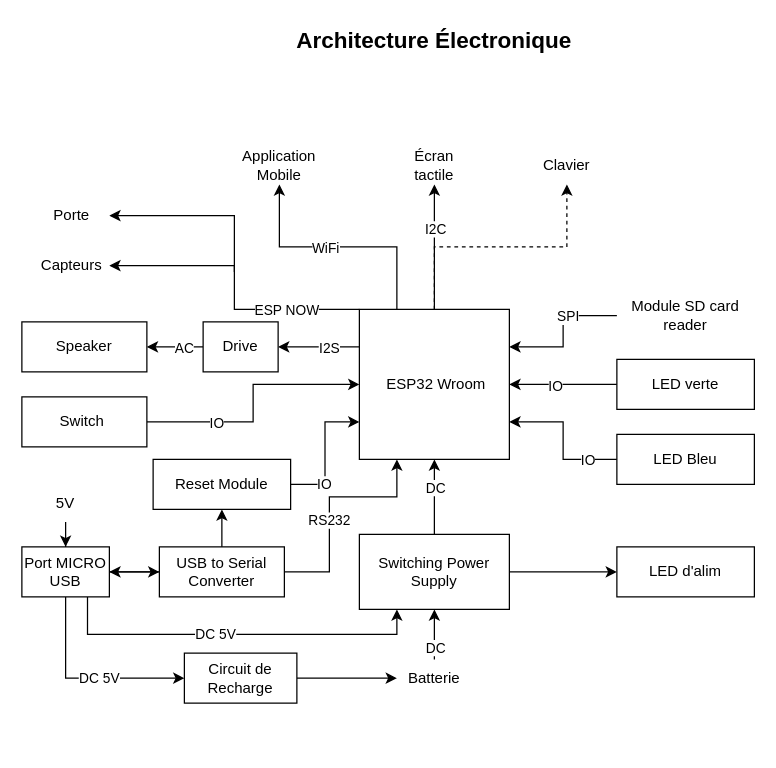
CamFo/SecurityDoor keeps this draw.io diagram as Panneau/Architecture/ArchitectureÉlectroniquePanneau.drawio. Above is the earlier version. Source tidied: cells renumbered, new cells numbered last; positions are measured from the earlier drawing's top-left corner, leaving out a move shared by most shapes. Both pictures are drawn from the tidied source at 125%, with x=0, y=0 at pixel (21, 21).
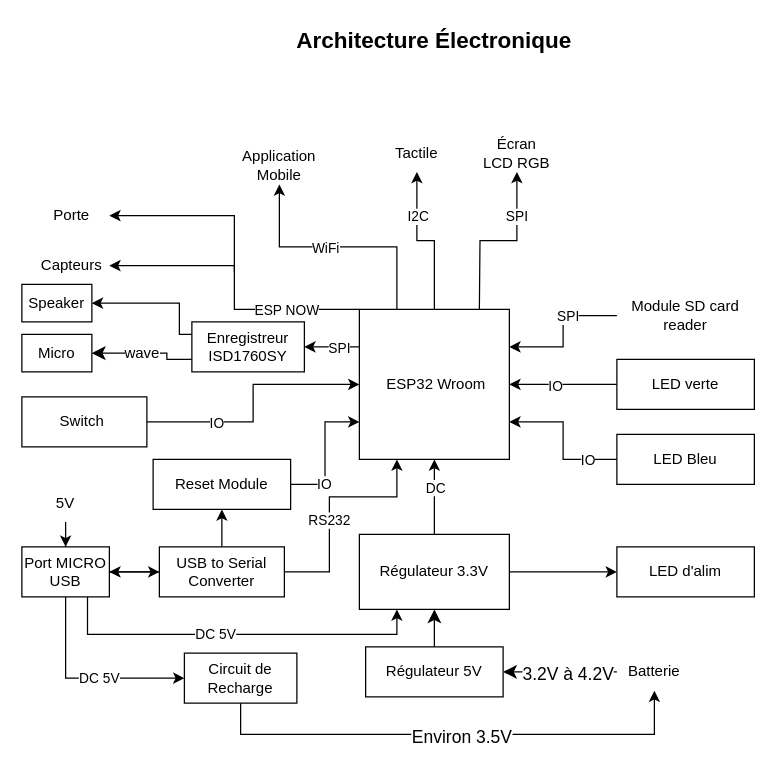
The same page after the edit.

Commit message (it also covers changes not shown here):
Architecture Pannel

Unchanged cells that the change refers to:
```xml
<mxCell id="2" style="edgeStyle=orthogonalEdgeStyle;rounded=0;jettySize=auto;html=1;entryX=0.5;entryY=1;entryDx=0;entryDy=0;exitX=0.5;exitY=0;exitDx=0;exitDy=0;" parent="1" edge="1" source="9" target="14">
  <mxGeometry relative="1" as="geometry" />
</mxCell>
<mxCell id="4" style="edgeStyle=orthogonalEdgeStyle;rounded=0;jettySize=auto;html=1;exitX=0;exitY=0.25;exitDx=0;exitDy=0;entryX=1;entryY=0.5;entryDx=0;entryDy=0;" parent="1" edge="1" source="9" target="56">
  <mxGeometry relative="1" as="geometry" />
</mxCell>
<mxCell id="9" value="&amp;nbsp;ESP32 Wroom" style="whiteSpace=wrap;html=1;" parent="1" vertex="1">
  <mxGeometry x="270" y="230" width="120" height="120" as="geometry" />
</mxCell>
<mxCell id="23" value="Circuit de &lt;br&gt;Recharge" style="rounded=0;whiteSpace=wrap;html=1;" parent="1" vertex="1">
  <mxGeometry x="130" y="505" width="90" height="40" as="geometry" />
</mxCell>
```

The edit, as a diff of the source:
```diff
@@
     <mxCell id="3" value="I2C" style="edgeLabel;html=1;align=center;verticalAlign=middle;" parent="2" vertex="1">
       <mxGeometry x="-0.22" relative="1" as="geometry">
-        <mxPoint y="-26" as="offset" />
+        <mxPoint x="-14" y="-27" as="offset" />
       </mxGeometry>
     </mxCell>
@@
-    <mxCell id="5" value="I2S" style="edgeLabel;html=1;align=center;verticalAlign=middle;" parent="4" vertex="1">
+    <mxCell id="5" value="&lt;div&gt;SPI&lt;/div&gt;" style="edgeLabel;html=1;align=center;verticalAlign=middle;" parent="4" vertex="1">
       <mxGeometry x="-0.23" relative="1" as="geometry" />
     </mxCell>
-    <mxCell id="6" style="edgeStyle=orthogonalEdgeStyle;rounded=0;jettySize=auto;html=1;exitX=0.5;exitY=0;exitDx=0;exitDy=0;dashed=1;" parent="1" edge="1" source="9" target="57">
-      <mxGeometry relative="1" as="geometry">
-        <Array as="points">
-          <mxPoint x="330" y="180" />
-          <mxPoint x="436" y="180" />
-        </Array>
-      </mxGeometry>
-    </mxCell>
@@
-    <mxCell id="13" value="Switching Power Supply" style="rounded=0;whiteSpace=wrap;html=1;" parent="1" vertex="1">
+    <mxCell id="13" value="&lt;div&gt;Régulateur 3.3V&lt;/div&gt;" style="rounded=0;whiteSpace=wrap;html=1;" parent="1" vertex="1">
       <mxGeometry x="270" y="410" width="120" height="60" as="geometry" />
     </mxCell>
-    <mxCell id="14" value="Écran&lt;br&gt;tactile" style="text;html=1;strokeColor=none;fillColor=none;align=center;verticalAlign=middle;whiteSpace=wrap;rounded=0;" parent="1" vertex="1">
-      <mxGeometry x="300" y="100" width="60" height="30" as="geometry" />
+    <mxCell id="14" value="&lt;div&gt;Tactile&lt;/div&gt;" style="text;html=1;strokeColor=none;fillColor=none;align=center;verticalAlign=middle;whiteSpace=wrap;rounded=0;" parent="1" vertex="1">
+      <mxGeometry x="286" y="90" width="60" height="30" as="geometry" />
     </mxCell>
-    <mxCell id="15" style="edgeStyle=orthogonalEdgeStyle;rounded=0;jettySize=auto;html=1;" parent="1" edge="1" source="17" target="13">
-      <mxGeometry relative="1" as="geometry" />
-    </mxCell>
-    <mxCell id="16" value="DC" style="edgeLabel;html=1;align=center;verticalAlign=middle;" parent="15" vertex="1">
-      <mxGeometry x="0.25" y="1" relative="1" as="geometry">
-        <mxPoint x="1" y="15" as="offset" />
-      </mxGeometry>
-    </mxCell>
+    <mxCell id="61" style="edgeStyle=none;curved=1;rounded=0;jettySize=auto;html=1;fontSize=12;startSize=8;endSize=8;" parent="1" edge="1" source="17" target="71">
+      <mxGeometry relative="1" as="geometry">
+        <Array as="points">
+          <mxPoint x="436" y="520" />
+        </Array>
+      </mxGeometry>
+    </mxCell>
+    <mxCell id="62" value="&lt;div&gt;&lt;br&gt;&lt;/div&gt;&lt;div&gt;&lt;br&gt;&lt;/div&gt;&lt;div&gt;&lt;br&gt;&lt;/div&gt;" style="edgeLabel;html=1;align=center;verticalAlign=middle;fontSize=16;" parent="61" vertex="1">
+      <mxGeometry x="0.16" relative="1" as="geometry" />
+    </mxCell>
+    <mxCell id="63" value="&lt;div style=&quot;font-size: 14px;&quot;&gt;&lt;font style=&quot;font-size: 14px;&quot;&gt;3.2V à 4.2V&lt;/font&gt;&lt;/div&gt;" style="edgeLabel;html=1;align=center;verticalAlign=middle;fontSize=16;" parent="61" vertex="1">
+      <mxGeometry x="0.16" y="1" relative="1" as="geometry">
+        <mxPoint x="13" as="offset" />
+      </mxGeometry>
+    </mxCell>
     <mxCell id="17" value="Batterie" style="text;html=1;strokeColor=none;fillColor=none;align=center;verticalAlign=middle;whiteSpace=wrap;rounded=0;" parent="1" vertex="1">
-      <mxGeometry x="300" y="510" width="60" height="30" as="geometry" />
+      <mxGeometry x="476" y="505" width="60" height="30" as="geometry" />
     </mxCell>
     <mxCell id="18" value="Speaker" style="rounded=0;whiteSpace=wrap;html=1;" parent="1" vertex="1">
-      <mxGeometry y="240" width="100" height="40" as="geometry" />
+      <mxGeometry y="210" width="56" height="30" as="geometry" />
     </mxCell>
@@
-    <mxCell id="22" style="edgeStyle=orthogonalEdgeStyle;rounded=0;jettySize=auto;html=1;entryX=0;entryY=0.5;entryDx=0;entryDy=0;" parent="1" edge="1" source="23" target="17">
-      <mxGeometry relative="1" as="geometry" />
+    <mxCell id="22" style="edgeStyle=orthogonalEdgeStyle;rounded=0;jettySize=auto;html=1;entryX=0.5;entryY=1;entryDx=0;entryDy=0;" parent="1" edge="1" source="23" target="17">
+      <mxGeometry relative="1" as="geometry">
+        <Array as="points">
+          <mxPoint x="175" y="570" />
+          <mxPoint x="506" y="570" />
+        </Array>
+      </mxGeometry>
     </mxCell>
+    <mxCell id="64" value="&lt;font style=&quot;font-size: 14px;&quot;&gt;Environ 3.5V&lt;/font&gt;" style="edgeLabel;html=1;align=center;verticalAlign=middle;fontSize=16;" parent="22" vertex="1">
+      <mxGeometry x="0.03" relative="1" as="geometry" />
+    </mxCell>
@@
-    <mxCell id="54" style="edgeStyle=orthogonalEdgeStyle;rounded=0;jettySize=auto;html=1;" parent="1" edge="1" source="56" target="18">
+    <mxCell id="54" style="edgeStyle=orthogonalEdgeStyle;rounded=0;jettySize=auto;html=1;entryX=1;entryY=0.5;entryDx=0;entryDy=0;" parent="1" edge="1" source="56" target="18">
       <mxGeometry relative="1" as="geometry">
         <Array as="points">
-          <mxPoint x="126" y="260" />
-          <mxPoint x="126" y="260" />
+          <mxPoint x="126" y="250" />
+          <mxPoint x="126" y="225" />
         </Array>
       </mxGeometry>
     </mxCell>
-    <mxCell id="55" value="AC" style="edgeLabel;html=1;align=center;verticalAlign=middle;" parent="54" vertex="1">
-      <mxGeometry x="-0.27" y="-1" relative="1" as="geometry">
-        <mxPoint y="1" as="offset" />
-      </mxGeometry>
-    </mxCell>
-    <mxCell id="56" value="Drive" style="rounded=0;whiteSpace=wrap;html=1;" parent="1" vertex="1">
-      <mxGeometry x="145" y="240" width="60" height="40" as="geometry" />
+    <mxCell id="56" value="&lt;div&gt;Enregistreur&lt;/div&gt;&lt;div&gt;ISD1760SY&lt;br&gt;&lt;/div&gt;" style="rounded=0;whiteSpace=wrap;html=1;" parent="1" vertex="1">
+      <mxGeometry x="136" y="240" width="90" height="40" as="geometry" />
     </mxCell>
-    <mxCell id="57" value="Clavier" style="text;html=1;strokeColor=none;fillColor=none;align=center;verticalAlign=middle;whiteSpace=wrap;rounded=0;" parent="1" vertex="1">
-      <mxGeometry x="406" y="100" width="60" height="30" as="geometry" />
-    </mxCell>
@@
+    <mxCell id="65" value="&lt;div&gt;Écran LCD RGB&lt;/div&gt;" style="text;html=1;strokeColor=none;fillColor=none;align=center;verticalAlign=middle;whiteSpace=wrap;rounded=0;" parent="1" vertex="1">
+      <mxGeometry x="366" y="90" width="60" height="30" as="geometry" />
+    </mxCell>
+    <mxCell id="66" style="edgeStyle=orthogonalEdgeStyle;rounded=0;jettySize=auto;html=1;entryX=0.5;entryY=1;entryDx=0;entryDy=0;" parent="1" edge="1" target="65">
+      <mxGeometry relative="1" as="geometry">
+        <mxPoint x="366" y="230" as="sourcePoint" />
+      </mxGeometry>
+    </mxCell>
+    <mxCell id="67" value="&lt;div&gt;SPI&lt;/div&gt;" style="edgeLabel;html=1;align=center;verticalAlign=middle;" parent="66" vertex="1">
+      <mxGeometry x="-0.22" relative="1" as="geometry">
+        <mxPoint x="29" y="-21" as="offset" />
+      </mxGeometry>
+    </mxCell>
+    <mxCell id="68" value="Micro" style="rounded=0;whiteSpace=wrap;html=1;" parent="1" vertex="1">
+      <mxGeometry y="250" width="56" height="30" as="geometry" />
+    </mxCell>
+    <mxCell id="69" value="wave" style="endArrow=classic;html=1;rounded=0;fontSize=12;startSize=8;endSize=8;curved=0;entryX=1;entryY=0.5;entryDx=0;entryDy=0;exitX=0;exitY=0.75;exitDx=0;exitDy=0;" parent="1" edge="1" source="56" target="68">
+      <mxGeometry x="0.06" relative="1" as="geometry">
+        <Array as="points">
+          <mxPoint x="116" y="270" />
+          <mxPoint x="116" y="265" />
+        </Array>
+      </mxGeometry>
+    </mxCell>
+    <mxCell id="70" style="edgeStyle=none;curved=1;rounded=0;jettySize=auto;html=1;fontSize=12;startSize=8;endSize=8;" parent="1" edge="1" source="71" target="13">
+      <mxGeometry relative="1" as="geometry" />
+    </mxCell>
+    <mxCell id="71" value="Régulateur 5V" style="rounded=0;whiteSpace=wrap;html=1;" parent="1" vertex="1">
+      <mxGeometry x="275" y="500" width="110" height="40" as="geometry" />
+    </mxCell>
```
